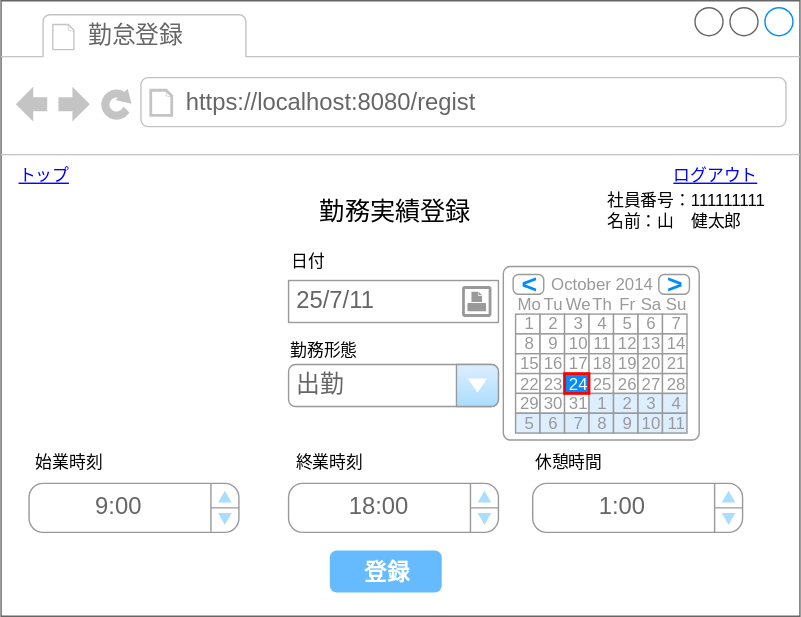
Earlier version of the draw.io export 基本設計/画面設計図/11_registform.drawio.svg (ICT-Training-2026/team-project-15). Source tidied: cells renumbered, new cells last; positions are measured from the earlier drawing's top-left corner, leaving out a move shared by most shapes.
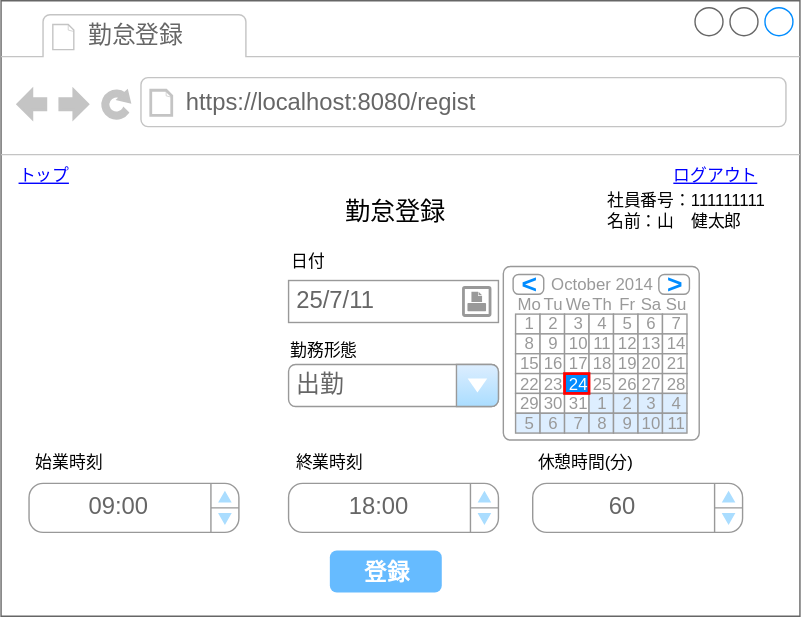
After the change.

What changed in the source:
```diff
@@ -11,8 +11,8 @@
     <mxCell id="4" value="https://localhost:8080/regist" style="strokeWidth=1;shadow=0;dashed=0;align=center;html=1;shape=mxgraph.mockup.containers.anchor;rSize=0;fontSize=17;fontColor=#666666;align=left;" parent="2" vertex="1">
       <mxGeometry x="130" y="60" width="250" height="26" as="geometry" />
     </mxCell>
-    <mxCell id="5" value="&lt;font style=&quot;font-size: 18px;&quot;&gt;勤務実績登録&lt;/font&gt;" style="text;html=1;align=center;verticalAlign=middle;strokeColor=none;fillColor=none;" parent="2" vertex="1">
-      <mxGeometry x="215.5" y="131" width="130" height="40" as="geometry" />
+    <mxCell id="5" value="&lt;font style=&quot;font-size: 18px;&quot;&gt;勤怠登録&lt;/font&gt;" style="text;html=1;align=center;verticalAlign=middle;strokeColor=none;fillColor=none;" parent="2" vertex="1">
+      <mxGeometry x="230.5" y="131" width="100" height="40" as="geometry" />
     </mxCell>
     <mxCell id="6" value="25/7/11" style="strokeWidth=1;shadow=0;dashed=0;align=center;html=1;shape=mxgraph.mockup.forms.pwField;strokeColor=#999999;mainText=;align=left;fontColor=#666666;fontSize=17;spacingLeft=3;" parent="2" vertex="1">
       <mxGeometry x="205.5" y="200" width="150" height="30" as="geometry" />
@@ -32,8 +32,8 @@
     <mxCell id="11" value="終業時刻" style="text;html=1;align=center;verticalAlign=middle;strokeColor=none;fillColor=none;" parent="2" vertex="1">
       <mxGeometry x="199" y="315" width="70" height="30" as="geometry" />
     </mxCell>
-    <mxCell id="12" value="休憩時間" style="text;html=1;align=center;verticalAlign=middle;strokeColor=none;fillColor=none;fontColor=#000000;" parent="2" vertex="1">
-      <mxGeometry x="370" y="315" width="70" height="30" as="geometry" />
+    <mxCell id="12" value="休憩時間(分)" style="text;html=1;align=center;verticalAlign=middle;strokeColor=none;fillColor=none;fontColor=#000000;" parent="2" vertex="1">
+      <mxGeometry x="372" y="315" width="90" height="30" as="geometry" />
     </mxCell>
     <mxCell id="13" value="&lt;font style=&quot;color: rgb(0, 0, 255);&quot;&gt;&lt;u&gt;ログアウト&lt;/u&gt;&lt;/font&gt;" style="text;html=1;align=center;verticalAlign=middle;strokeColor=none;fillColor=none;" parent="2" vertex="1">
       <mxGeometry x="470" y="110" width="80" height="30" as="geometry" />
@@ -206,13 +206,13 @@
     <mxCell id="69" value="登録" style="strokeWidth=1;shadow=0;dashed=0;align=center;html=1;shape=mxgraph.mockup.forms.rrect;rSize=5;strokeColor=none;fontColor=#ffffff;fillColor=#66bbff;fontSize=16;fontStyle=1;" parent="2" vertex="1">
       <mxGeometry x="235" y="393" width="80" height="30" as="geometry" />
     </mxCell>
-    <mxCell id="70" value="&lt;table cellpadding=&quot;0&quot; cellspacing=&quot;0&quot; style=&quot;width:100%;height:100%;&quot;&gt;&lt;tbody&gt;&lt;tr&gt;&lt;td style=&quot;width:85%&quot;&gt;1:00&lt;/td&gt;&lt;td style=&quot;width:15%&quot;&gt;&lt;/td&gt;&lt;/tr&gt;&lt;/tbody&gt;&lt;/table&gt;" style="strokeWidth=1;shadow=0;dashed=0;align=center;html=1;shape=mxgraph.mockup.forms.spinner;strokeColor=#999999;spinLayout=right;spinStyle=normal;adjStyle=triangle;fillColor=#aaddff;fontSize=17;fontColor=#666666;mainText=;html=1;overflow=fill;" parent="2" vertex="1">
+    <mxCell id="70" value="&lt;table cellpadding=&quot;0&quot; cellspacing=&quot;0&quot; style=&quot;width:100%;height:100%;&quot;&gt;&lt;tbody&gt;&lt;tr&gt;&lt;td style=&quot;width:85%&quot;&gt;60&lt;/td&gt;&lt;td style=&quot;width:15%&quot;&gt;&lt;/td&gt;&lt;/tr&gt;&lt;/tbody&gt;&lt;/table&gt;" style="strokeWidth=1;shadow=0;dashed=0;align=center;html=1;shape=mxgraph.mockup.forms.spinner;strokeColor=#999999;spinLayout=right;spinStyle=normal;adjStyle=triangle;fillColor=#aaddff;fontSize=17;fontColor=#666666;mainText=;html=1;overflow=fill;" parent="2" vertex="1">
       <mxGeometry x="380" y="345" width="150" height="35" as="geometry" />
     </mxCell>
     <mxCell id="71" value="&lt;table cellpadding=&quot;0&quot; cellspacing=&quot;0&quot; style=&quot;width:100%;height:100%;&quot;&gt;&lt;tbody&gt;&lt;tr&gt;&lt;td style=&quot;width:85%&quot;&gt;18:00&lt;/td&gt;&lt;td style=&quot;width:15%&quot;&gt;&lt;/td&gt;&lt;/tr&gt;&lt;/tbody&gt;&lt;/table&gt;" style="strokeWidth=1;shadow=0;dashed=0;align=center;html=1;shape=mxgraph.mockup.forms.spinner;strokeColor=#999999;spinLayout=right;spinStyle=normal;adjStyle=triangle;fillColor=#aaddff;fontSize=17;fontColor=#666666;mainText=;html=1;overflow=fill;" parent="2" vertex="1">
       <mxGeometry x="205.5" y="345" width="150" height="35" as="geometry" />
     </mxCell>
-    <mxCell id="72" value="&lt;table cellpadding=&quot;0&quot; cellspacing=&quot;0&quot; style=&quot;width:100%;height:100%;&quot;&gt;&lt;tbody&gt;&lt;tr&gt;&lt;td style=&quot;width:85%&quot;&gt;9:00&lt;/td&gt;&lt;td style=&quot;width:15%&quot;&gt;&lt;/td&gt;&lt;/tr&gt;&lt;/tbody&gt;&lt;/table&gt;" style="strokeWidth=1;shadow=0;dashed=0;align=center;html=1;shape=mxgraph.mockup.forms.spinner;strokeColor=#999999;spinLayout=right;spinStyle=normal;adjStyle=triangle;fillColor=#aaddff;fontSize=17;fontColor=#666666;mainText=;html=1;overflow=fill;" parent="2" vertex="1">
+    <mxCell id="72" value="&lt;table cellpadding=&quot;0&quot; cellspacing=&quot;0&quot; style=&quot;width:100%;height:100%;&quot;&gt;&lt;tbody&gt;&lt;tr&gt;&lt;td style=&quot;width:85%&quot;&gt;09:00&lt;/td&gt;&lt;td style=&quot;width:15%&quot;&gt;&lt;/td&gt;&lt;/tr&gt;&lt;/tbody&gt;&lt;/table&gt;" style="strokeWidth=1;shadow=0;dashed=0;align=center;html=1;shape=mxgraph.mockup.forms.spinner;strokeColor=#999999;spinLayout=right;spinStyle=normal;adjStyle=triangle;fillColor=#aaddff;fontSize=17;fontColor=#666666;mainText=;html=1;overflow=fill;" parent="2" vertex="1">
       <mxGeometry x="20" y="345" width="150" height="35" as="geometry" />
     </mxCell>
     <mxCell id="73" style="strokeColor=#999999;verticalLabelPosition=bottom;shadow=0;dashed=0;verticalAlign=top;strokeWidth=2;html=1;shape=mxgraph.mockup.misc.printIcon;" parent="2" vertex="1">
```
